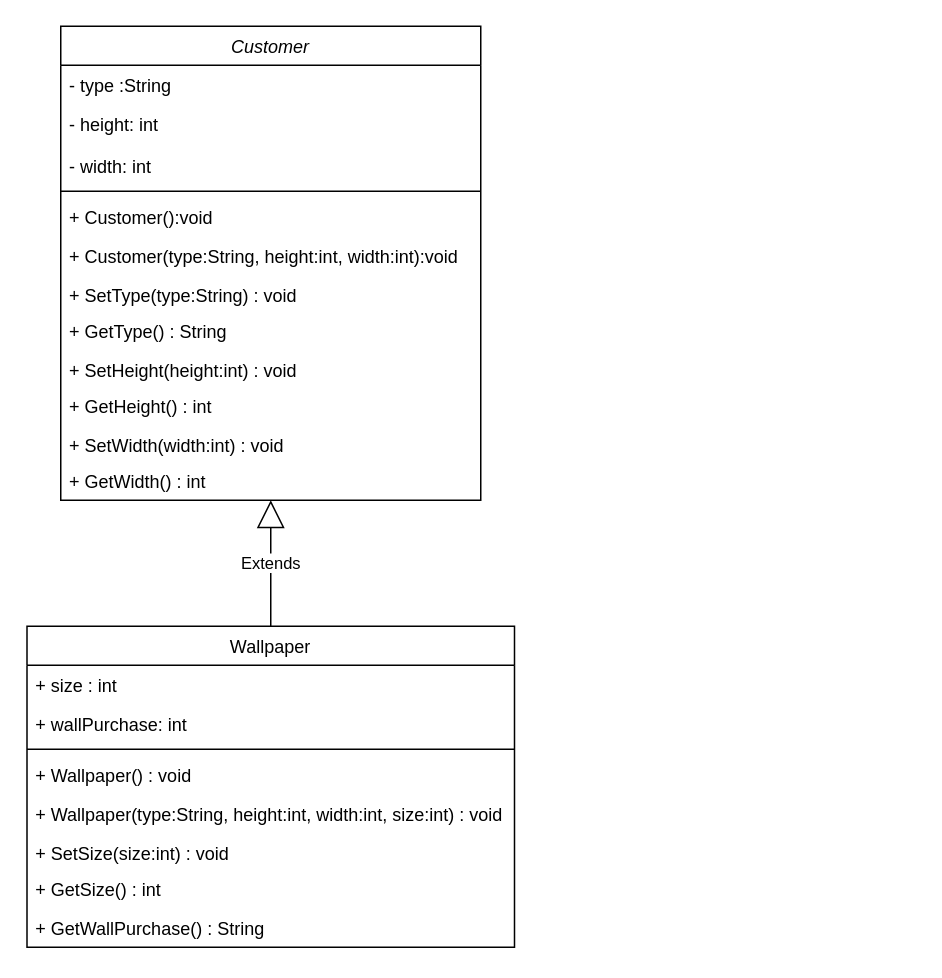
Before: Labtest(D031910352).drawio in Nazarifah/week2ClassDiagram, a draw.io diagram. Source tidied: cells renumbered, new cells numbered last; positions are measured from the earlier drawing's top-left corner, leaving out a move shared by most shapes. Both pictures are drawn from the tidied source at 150%, with x=0, y=0 at pixel (27, 26).
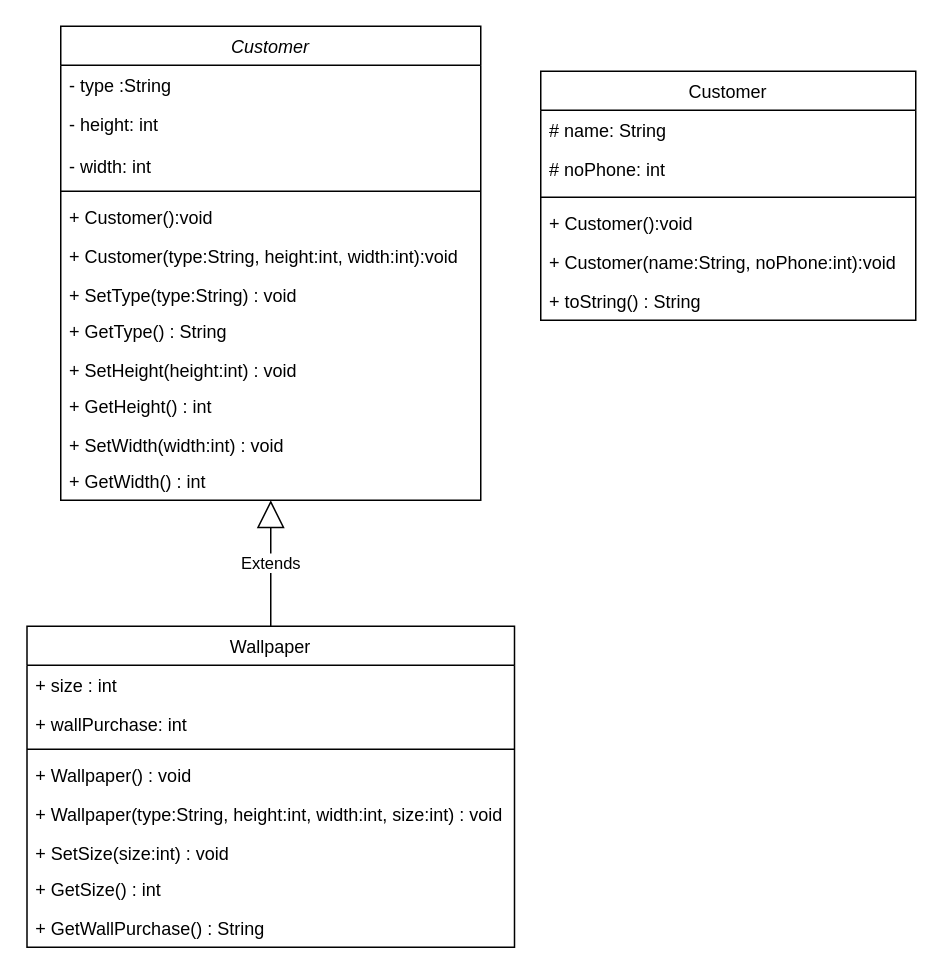
Above is the later version.

The edit, as a diff of the source:
```diff
@@
+    <mxCell id="25" value="Customer" style="swimlane;fontStyle=0;align=center;verticalAlign=top;horizontal=1;startSize=26;rounded=0;shadow=0;strokeWidth=1;" parent="1" vertex="1">
+      <mxGeometry x="342" y="30" width="250" height="166" as="geometry" />
+    </mxCell>
+    <mxCell id="26" value="# name: String" style="text;align=left;verticalAlign=top;spacingLeft=4;spacingRight=4;overflow=hidden;" parent="25" vertex="1">
+      <mxGeometry y="26" width="250" height="26" as="geometry" />
+    </mxCell>
+    <mxCell id="27" value="# noPhone: int" style="text;align=left;verticalAlign=top;spacingLeft=4;spacingRight=4;overflow=hidden;" parent="25" vertex="1">
+      <mxGeometry y="52" width="250" height="28" as="geometry" />
+    </mxCell>
+    <mxCell id="28" style="line;html=1;strokeWidth=1;align=left;verticalAlign=middle;spacingTop=-1;spacingLeft=3;spacingRight=3;labelPosition=right;" parent="25" vertex="1">
+      <mxGeometry y="80" width="250" height="8" as="geometry" />
+    </mxCell>
+    <mxCell id="29" value="+ Customer():void" style="text;align=left;verticalAlign=top;spacingLeft=4;spacingRight=4;overflow=hidden;" parent="25" vertex="1">
+      <mxGeometry y="88" width="250" height="26" as="geometry" />
+    </mxCell>
+    <mxCell id="30" value="+ Customer(name:String, noPhone:int):void" style="text;align=left;verticalAlign=top;spacingLeft=4;spacingRight=4;overflow=hidden;fontStyle=0;" parent="25" vertex="1">
+      <mxGeometry y="114" width="250" height="26" as="geometry" />
+    </mxCell>
+    <mxCell id="31" value="+ toString() : String" style="text;align=left;verticalAlign=top;spacingLeft=4;spacingRight=4;overflow=hidden;" parent="25" vertex="1">
+      <mxGeometry y="140" width="250" height="26" as="geometry" />
+    </mxCell>
```
